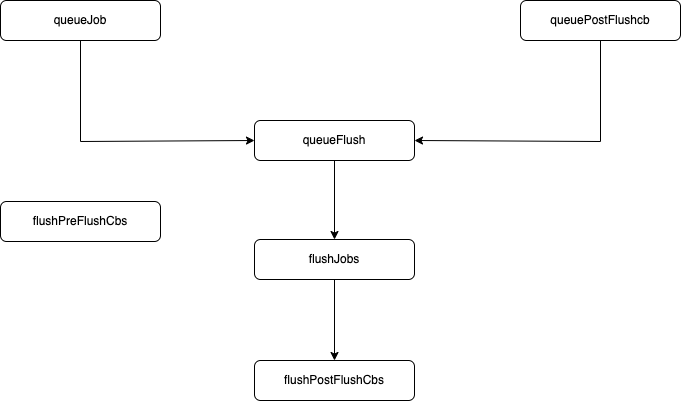
This is Vue3.0/assets/Vue3任务执行顺序.png from DbbHobo/You-Dont-Know-Me, a draw.io export, as it was before one commit. Source tidied: cells renumbered, new cells last; positions are measured from the earlier drawing's top-left corner, leaving out a move shared by most shapes.
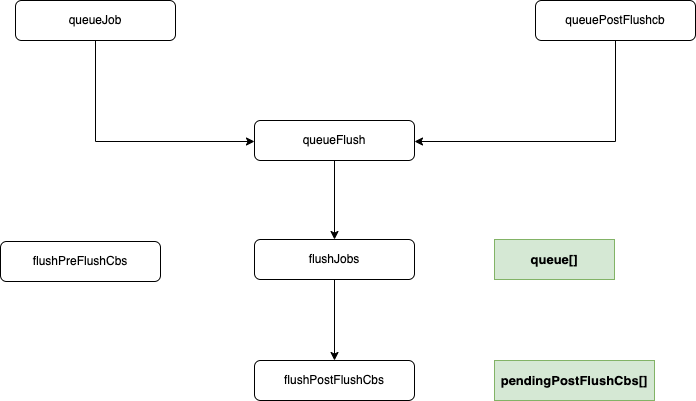
The same diagram one commit later.

Change to the diagram source:
```diff
@@ -6,6 +6,7 @@
       <mxGeometry relative="1" as="geometry">
         <Array as="points">
           <mxPoint x="80" y="141" />
+          <mxPoint x="239" y="141" />
         </Array>
       </mxGeometry>
     </mxCell>
@@ -16,6 +17,7 @@
       <mxGeometry relative="1" as="geometry">
         <Array as="points">
           <mxPoint x="600" y="141" />
+          <mxPoint x="399" y="141" />
         </Array>
       </mxGeometry>
     </mxCell>
@@ -26,19 +28,25 @@
       <mxGeometry relative="1" as="geometry" />
     </mxCell>
     <mxCell id="7" value="queueFlush" style="rounded=1;whiteSpace=wrap;html=1;labelBackgroundColor=none;fontSize=12;fontFamily=Helvetica;" parent="1" vertex="1">
-      <mxGeometry x="254" y="120" width="160" height="40" as="geometry" />
+      <mxGeometry x="239" y="120" width="160" height="40" as="geometry" />
     </mxCell>
     <mxCell id="8" value="flushPreFlushCbs" style="rounded=1;whiteSpace=wrap;html=1;labelBackgroundColor=none;fontSize=12;fontFamily=Helvetica;" parent="1" vertex="1">
-      <mxGeometry y="201" width="160" height="40" as="geometry" />
+      <mxGeometry x="-15" y="241" width="160" height="40" as="geometry" />
     </mxCell>
     <mxCell id="9" style="edgeStyle=orthogonalEdgeStyle;rounded=0;jettySize=auto;html=1;entryX=0.5;entryY=0;entryDx=0;entryDy=0;" parent="1" edge="1" source="10" target="11">
       <mxGeometry relative="1" as="geometry" />
     </mxCell>
     <mxCell id="10" value="flushJobs" style="rounded=1;whiteSpace=wrap;html=1;labelBackgroundColor=none;fontSize=12;fontFamily=Helvetica;" parent="1" vertex="1">
-      <mxGeometry x="254" y="239" width="160" height="40" as="geometry" />
+      <mxGeometry x="239" y="239" width="160" height="40" as="geometry" />
     </mxCell>
     <mxCell id="11" value="flushPostFlushCbs" style="rounded=1;whiteSpace=wrap;html=1;labelBackgroundColor=none;fontSize=12;fontFamily=Helvetica;" parent="1" vertex="1">
-      <mxGeometry x="254" y="360" width="160" height="40" as="geometry" />
+      <mxGeometry x="239" y="360" width="160" height="40" as="geometry" />
     </mxCell>
+    <mxCell id="12" value="&lt;div style=&quot;font-size: 13px; line-height: 21px;&quot;&gt;queue[]&lt;/div&gt;" style="rounded=0;whiteSpace=wrap;html=1;fontFamily=Helvetica;fontSize=13;labelBackgroundColor=none;fontStyle=1;fillColor=#d5e8d4;strokeColor=#82b366;" parent="1" vertex="1">
+      <mxGeometry x="479" y="239" width="120" height="40" as="geometry" />
+    </mxCell>
+    <mxCell id="13" value="&lt;div style=&quot;font-size: 13px; line-height: 21px;&quot;&gt;&lt;div style=&quot;line-height: 21px; font-size: 13px;&quot;&gt;pendingPostFlushCbs[]&lt;/div&gt;&lt;/div&gt;" style="rounded=0;whiteSpace=wrap;html=1;fontFamily=Helvetica;fontSize=13;labelBackgroundColor=none;fontStyle=1;fillColor=#d5e8d4;strokeColor=#82b366;" parent="1" vertex="1">
+      <mxGeometry x="479" y="360" width="160" height="40" as="geometry" />
+    </mxCell>
   </root>
 </mxGraphModel>
```
